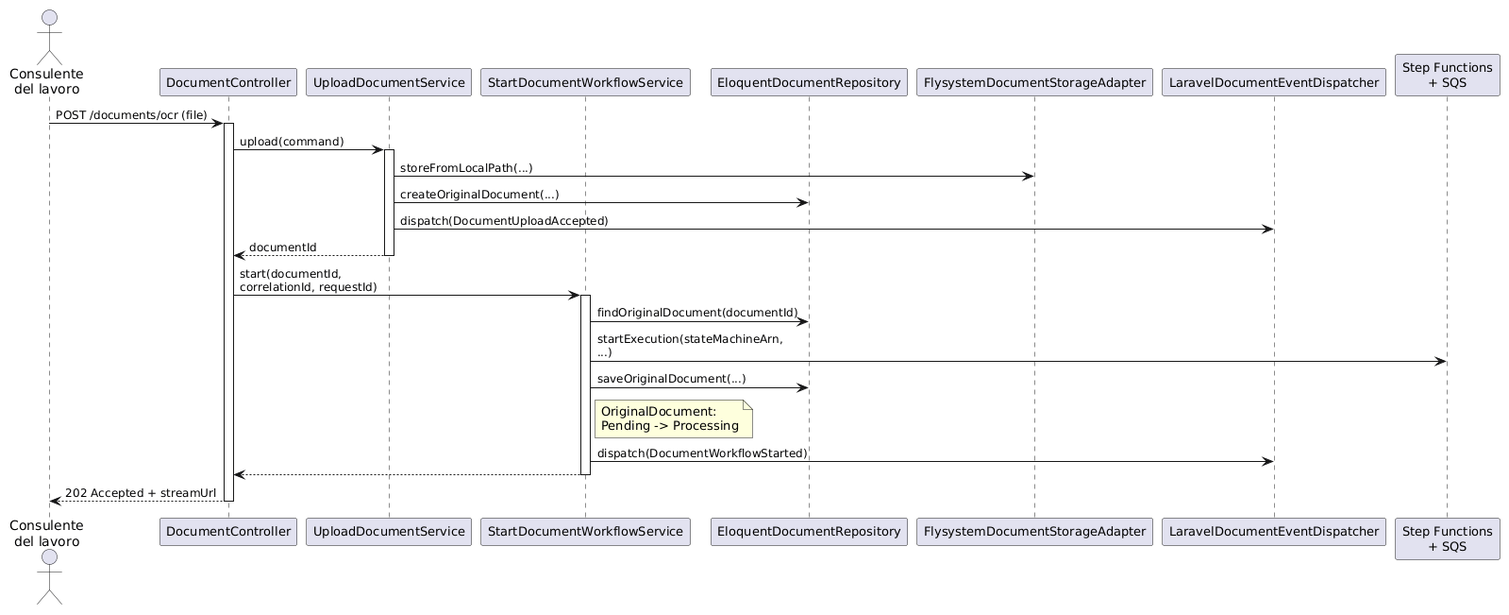
This is PB/Specifica Tecnica/ImmaginiSpecificaTecnica/Esagonale/documents-sequence-upload.png from aLittleByte-19/Documentazione, a PlantUML export, as it was before one commit.
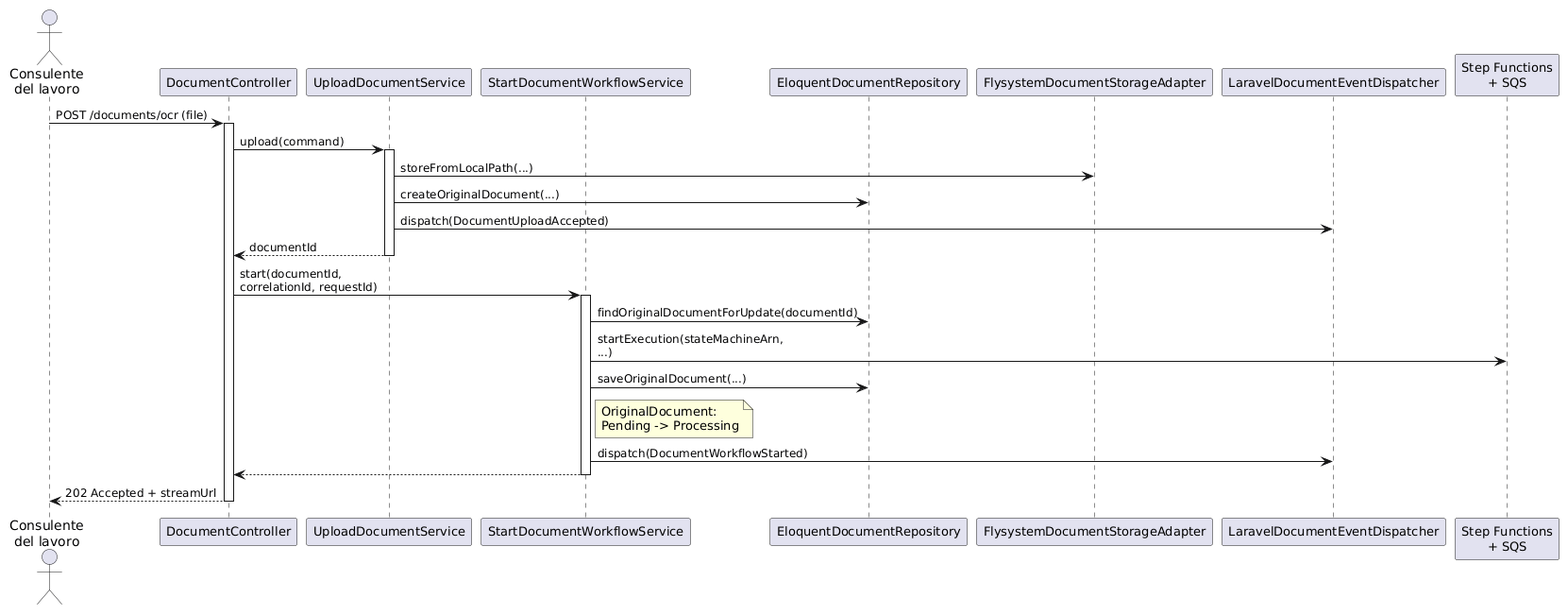
Above is the later version.

The edit, as a diff of the source:
```diff
@@ -25,7 +25,7 @@
 deactivate Upload
 Controller -> StartWF: start(documentId, correlationId, requestId)
 activate StartWF
-StartWF -> Repo: findOriginalDocument(documentId)
+StartWF -> Repo: findOriginalDocumentForUpdate(documentId)
 StartWF -> StepFn: startExecution(stateMachineArn, ...)
 StartWF -> Repo: saveOriginalDocument(...)
 note right of StartWF: OriginalDocument:\nPending -> Processing
```
